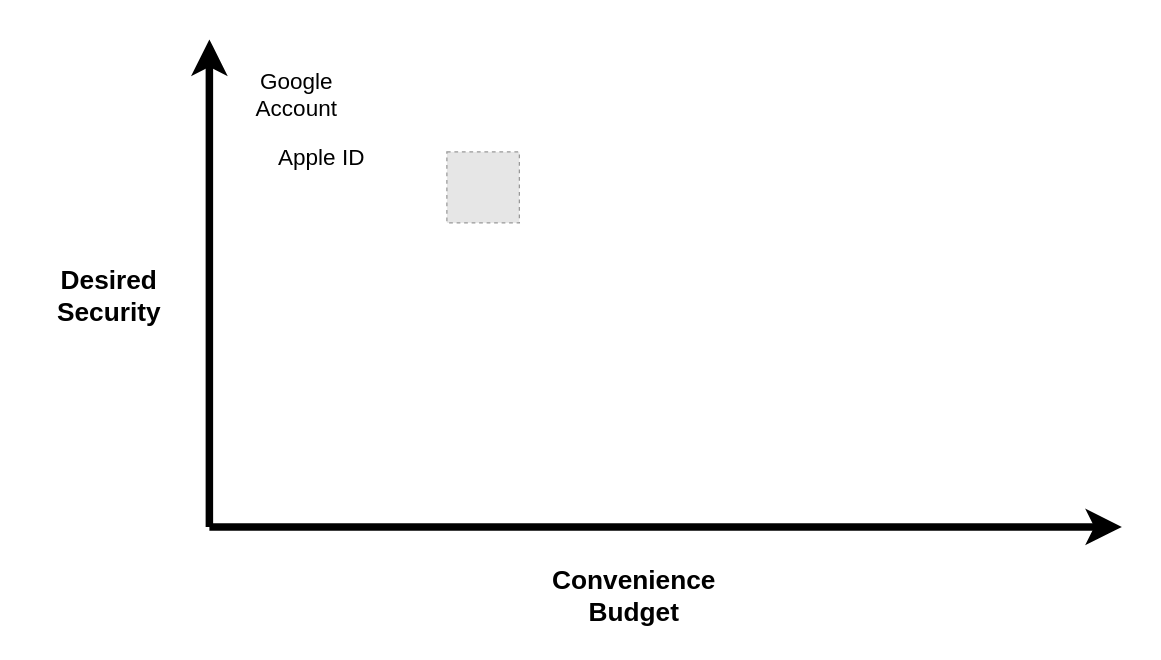
Earlier version of the draw.io diagram assets/img/posts/2025-11-17-online-security/secuity_convenience.drawio (hclimente/hclimente.github.io). Source tidied: cells renumbered, new cells numbered last; positions are measured from the earlier drawing's top-left corner, leaving out a move shared by most shapes. Both pictures are drawn from the tidied source at 125%, with x=0, y=0 at pixel (21, 39). Pictures stored in the file or linked from it are replaced by grey dashed boxes.
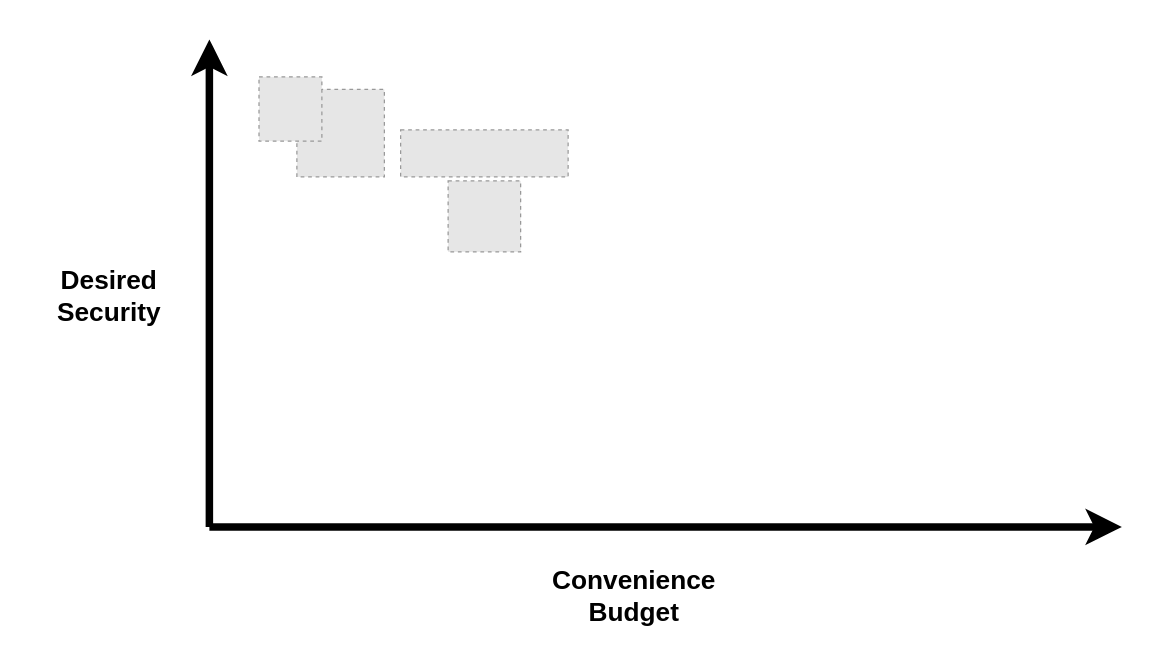
Above is the later version.

The edit, as a diff of the source:
```diff
@@
 <mxGraphModel>
   <root>
     <mxCell id="0" />
     <mxCell id="1" parent="0" />
     <mxCell id="2" style="endArrow=classic;html=1;rounded=0;endSize=10;startSize=14;strokeWidth=6;" parent="1" edge="1">
       <mxGeometry relative="1" as="geometry">
         <mxPoint x="150" y="390" as="sourcePoint" />
         <mxPoint x="150" as="targetPoint" />
       </mxGeometry>
     </mxCell>
     <mxCell id="3" value="&lt;b&gt;&lt;font style=&quot;font-size: 21px;&quot;&gt;Desired Security&lt;/font&gt;&lt;/b&gt;" style="text;html=1;whiteSpace=wrap;strokeColor=none;fillColor=none;align=center;verticalAlign=middle;rounded=0;" parent="1" vertex="1">
       <mxGeometry y="170" width="140" height="70" as="geometry" />
     </mxCell>
     <mxCell id="4" style="endArrow=classic;html=1;rounded=0;endSize=10;startSize=14;strokeWidth=6;" parent="1" edge="1">
       <mxGeometry relative="1" as="geometry">
         <mxPoint x="150" y="390" as="sourcePoint" />
         <mxPoint x="880" y="390" as="targetPoint" />
       </mxGeometry>
     </mxCell>
     <mxCell id="5" value="&lt;b&gt;&lt;font style=&quot;font-size: 21px;&quot;&gt;Convenience Budget&lt;/font&gt;&lt;/b&gt;" style="text;html=1;whiteSpace=wrap;strokeColor=none;fillColor=none;align=center;verticalAlign=middle;rounded=0;" parent="1" vertex="1">
       <mxGeometry x="420" y="410" width="140" height="70" as="geometry" />
     </mxCell>
-    <mxCell id="6" value="&lt;div&gt;&lt;font style=&quot;font-size: 18px;&quot;&gt;Google Account&lt;/font&gt;&lt;/div&gt;" style="text;html=1;whiteSpace=wrap;strokeColor=none;fillColor=none;align=center;verticalAlign=middle;rounded=0;" parent="1" vertex="1">
-      <mxGeometry x="190" y="30" width="60" height="30" as="geometry" />
-    </mxCell>
-    <mxCell id="7" value="&lt;div&gt;&lt;font style=&quot;font-size: 18px;&quot;&gt;Apple ID&lt;/font&gt;&lt;/div&gt;" style="text;html=1;whiteSpace=wrap;strokeColor=none;fillColor=none;align=center;verticalAlign=middle;rounded=0;" parent="1" vertex="1">
-      <mxGeometry x="200" y="80" width="80" height="30" as="geometry" />
-    </mxCell>
     <mxCell id="8" style="fillColor=#E6E6E6;strokeColor=#999999;dashed=1;verticalLabelPosition=bottom;labelBackgroundColor=default;verticalAlign=top;" parent="1" vertex="1">
-      <mxGeometry x="340" y="90" width="58" height="56.8" as="geometry" />
+      <mxGeometry x="341" y="113.2" width="58" height="56.8" as="geometry" />
     </mxCell>
+    <mxCell id="9" style="fillColor=#E6E6E6;strokeColor=#999999;dashed=1;verticalLabelPosition=bottom;labelBackgroundColor=default;verticalAlign=top;" parent="1" vertex="1">
+      <mxGeometry x="220" y="40" width="70" height="70" as="geometry" />
+    </mxCell>
+    <mxCell id="10" style="fillColor=#E6E6E6;strokeColor=#999999;dashed=1;verticalLabelPosition=bottom;labelBackgroundColor=default;verticalAlign=top;" parent="1" vertex="1">
+      <mxGeometry x="303" y="72.4" width="134" height="37.6" as="geometry" />
+    </mxCell>
+    <mxCell id="11" style="fillColor=#E6E6E6;strokeColor=#999999;dashed=1;verticalLabelPosition=bottom;labelBackgroundColor=default;verticalAlign=top;" parent="1" vertex="1">
+      <mxGeometry x="189.7" y="30" width="50.3" height="51.4" as="geometry" />
+    </mxCell>
   </root>
 </mxGraphModel>
```
